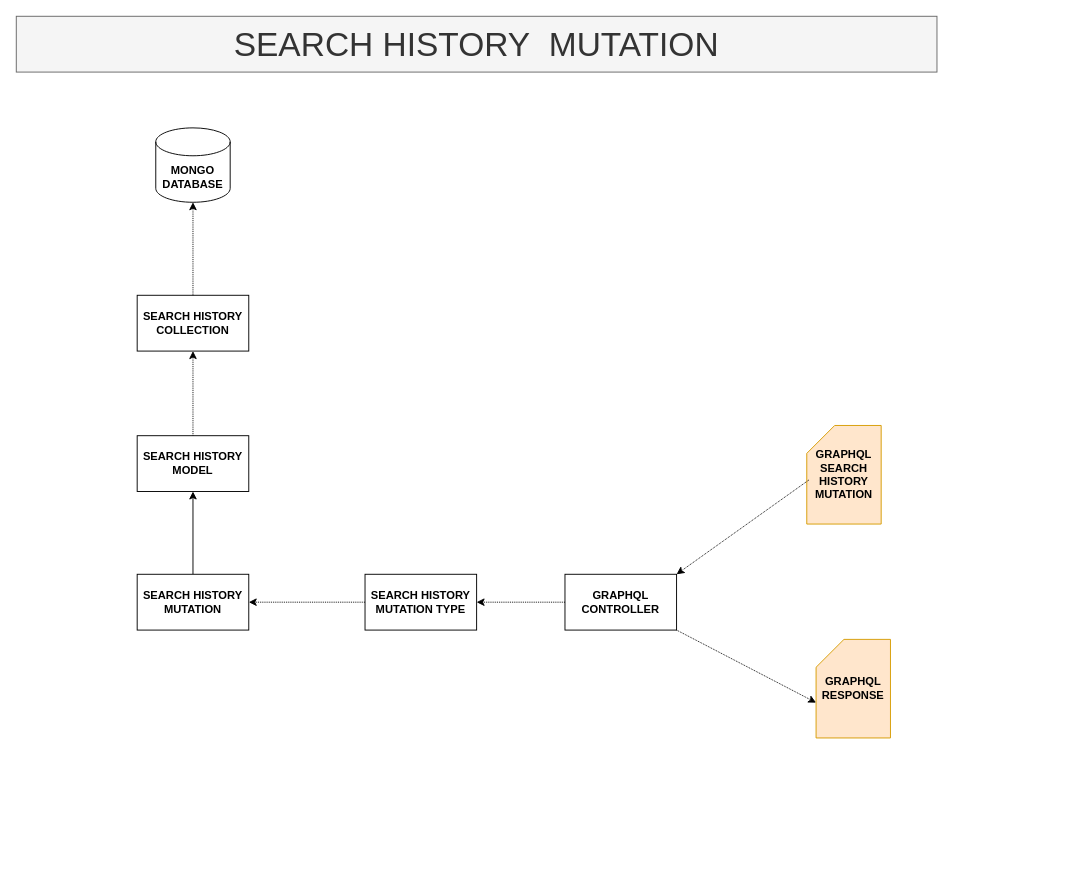
Earlier version of the draw.io diagram page "Create Search History" (1 of 3) of devops/property-dealer.drawio (kingsley-ijomah/draw.io). Source tidied: cells renumbered, new cells numbered last; positions are measured from the earlier drawing's top-left corner, leaving out a move shared by most shapes. Both pictures are drawn from the tidied source at 93%, with x=0, y=0 at pixel (16, 16).
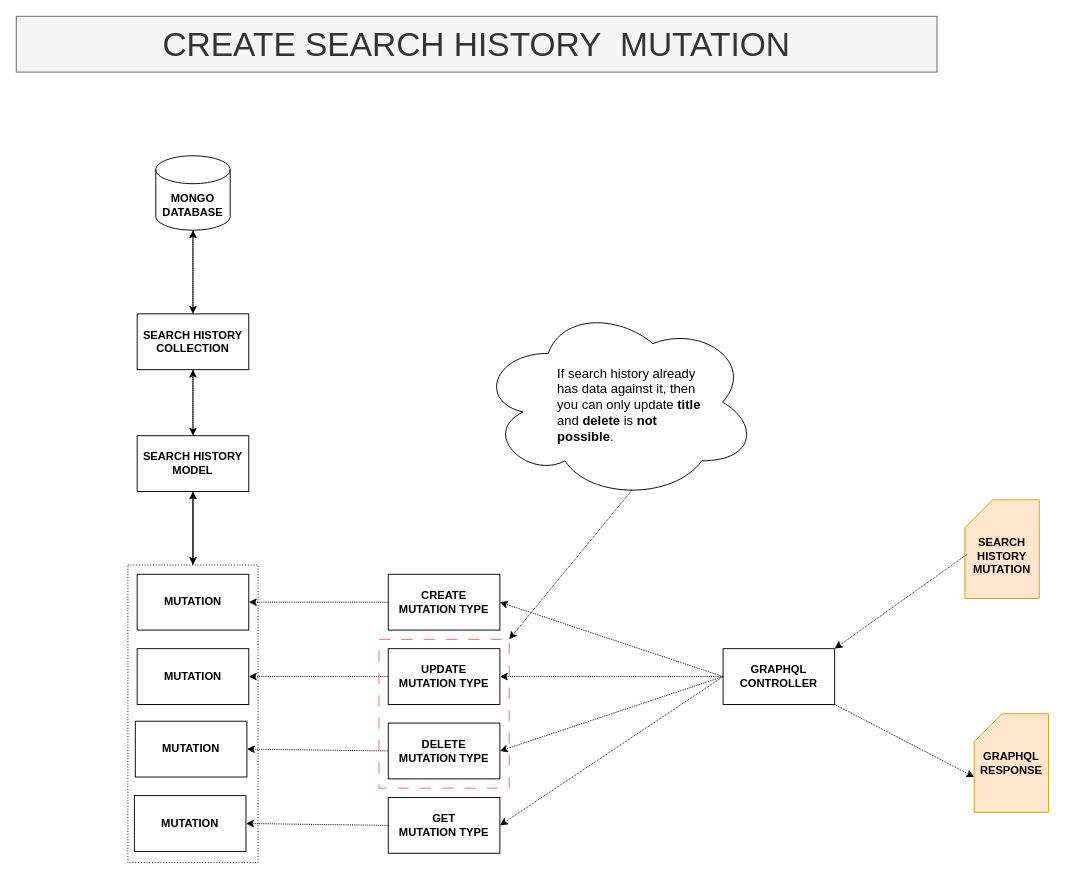
The same diagram, later.

The change refers to these unchanged cells:
```xml
<mxCell id="16" value="&lt;div&gt;&lt;b&gt;SEARCH HISTORY&lt;/b&gt;&lt;/div&gt;&lt;div&gt;&lt;b&gt;MODEL&lt;/b&gt;&lt;/div&gt;" style="rounded=0;whiteSpace=wrap;html=1;" parent="1" vertex="1">
  <mxGeometry x="130" y="451" width="120" height="60" as="geometry" />
</mxCell>
```

What changed in the source:
```diff
@@
-    <mxCell id="2" value="&lt;b&gt;GRAPHQL&lt;/b&gt;&lt;div&gt;&lt;b&gt;SEARCH HISTORY&lt;/b&gt;&lt;/div&gt;&lt;div&gt;&lt;b&gt;MUTATION&lt;/b&gt;&lt;/div&gt;" style="shape=card;whiteSpace=wrap;html=1;fillColor=#ffe6cc;strokeColor=#d79b00;" parent="1" vertex="1">
-      <mxGeometry x="850" y="440" width="80" height="106" as="geometry" />
+    <mxCell id="2" value="&lt;div&gt;&lt;br&gt;&lt;/div&gt;&lt;div&gt;&lt;b&gt;SEARCH HISTORY&lt;/b&gt;&lt;/div&gt;&lt;div&gt;&lt;b&gt;MUTATION&lt;/b&gt;&lt;/div&gt;" style="shape=card;whiteSpace=wrap;html=1;fillColor=#ffe6cc;strokeColor=#d79b00;" parent="1" vertex="1">
+      <mxGeometry x="1020" y="520" width="80" height="106" as="geometry" />
     </mxCell>
+    <mxCell id="19" style="edgeStyle=orthogonalEdgeStyle;rounded=0;jettySize=auto;html=1;" parent="1" edge="1" source="3" target="17">
+      <mxGeometry relative="1" as="geometry" />
+    </mxCell>
     <mxCell id="3" value="&lt;b&gt;MONGO&lt;/b&gt;&lt;div&gt;&lt;b&gt;DATABASE&lt;/b&gt;&lt;/div&gt;" style="shape=cylinder3;whiteSpace=wrap;html=1;boundedLbl=1;backgroundOutline=1;size=15;" parent="1" vertex="1">
-      <mxGeometry x="150" y="120" width="80" height="80" as="geometry" />
+      <mxGeometry x="150" y="150" width="80" height="80" as="geometry" />
     </mxCell>
-    <mxCell id="4" value="&lt;div&gt;&lt;b&gt;SEARCH HISTORY&lt;/b&gt;&lt;/div&gt;&lt;b&gt;MUTATION TYPE&lt;/b&gt;" style="rounded=0;whiteSpace=wrap;html=1;" parent="1" vertex="1">
-      <mxGeometry x="375" y="600" width="120" height="60" as="geometry" />
+    <mxCell id="4" value="&lt;div&gt;&lt;b style=&quot;background-color: initial;&quot;&gt;UPDATE&lt;/b&gt;&lt;/div&gt;&lt;div&gt;&lt;b style=&quot;background-color: initial;&quot;&gt;MUTATION TYPE&lt;/b&gt;&lt;br&gt;&lt;/div&gt;" style="rounded=0;whiteSpace=wrap;html=1;" parent="1" vertex="1">
+      <mxGeometry x="400" y="680" width="120" height="60" as="geometry" />
     </mxCell>
-    <mxCell id="5" style="edgeStyle=orthogonalEdgeStyle;rounded=0;jettySize=auto;html=1;entryX=0.5;entryY=1;entryDx=0;entryDy=0;" parent="1" edge="1" source="6" target="16">
-      <mxGeometry relative="1" as="geometry" />
-    </mxCell>
-    <mxCell id="6" value="&lt;div&gt;&lt;b style=&quot;background-color: initial;&quot;&gt;SEARCH HISTORY&lt;/b&gt;&lt;br&gt;&lt;/div&gt;&lt;b&gt;MUTATION&lt;/b&gt;" style="rounded=0;whiteSpace=wrap;html=1;" parent="1" vertex="1">
+    <mxCell id="6" value="&lt;div&gt;&lt;b style=&quot;background-color: initial;&quot;&gt;MUTATION&lt;/b&gt;&lt;br&gt;&lt;/div&gt;" style="rounded=0;whiteSpace=wrap;html=1;" parent="1" vertex="1">
       <mxGeometry x="130" y="600" width="120" height="60" as="geometry" />
     </mxCell>
     <mxCell id="7" style="endArrow=classic;html=1;rounded=0;exitX=0;exitY=0;exitDx=0;exitDy=55;exitPerimeter=0;dashed=1;dashPattern=1 1;" parent="1" edge="1" source="9">
       <mxGeometry relative="1" as="geometry">
-        <mxPoint x="650" y="630" as="targetPoint" />
+        <mxPoint x="820" y="710" as="targetPoint" />
       </mxGeometry>
     </mxCell>
@@
     <mxCell id="9" value="&lt;div&gt;&lt;b&gt;GRAPHQL&lt;/b&gt;&lt;/div&gt;&lt;b&gt;CONTROLLER&lt;/b&gt;" style="rounded=0;whiteSpace=wrap;html=1;" parent="1" vertex="1">
-      <mxGeometry x="590" y="600" width="120" height="60" as="geometry" />
+      <mxGeometry x="760" y="680" width="120" height="60" as="geometry" />
     </mxCell>
-    <mxCell id="10" style="endArrow=classic;html=1;rounded=0;exitX=0;exitY=0.5;exitDx=0;exitDy=0;dashed=1;dashPattern=1 1;entryX=1;entryY=0.5;entryDx=0;entryDy=0;" parent="1" edge="1" source="9" target="4">
-      <mxGeometry relative="1" as="geometry" />
-    </mxCell>
-    <mxCell id="11" style="endArrow=classic;html=1;rounded=0;exitX=0;exitY=0.5;exitDx=0;exitDy=0;dashed=1;dashPattern=1 1;entryX=1;entryY=0.5;entryDx=0;entryDy=0;" parent="1" edge="1" source="4" target="6">
-      <mxGeometry relative="1" as="geometry" />
-    </mxCell>
-    <mxCell id="12" value="&lt;font style=&quot;font-size: 36px;&quot;&gt;SEARCH HISTORY&amp;nbsp; MUTATION&lt;/font&gt;" style="rounded=0;whiteSpace=wrap;html=1;fillColor=#f5f5f5;fontColor=#333333;strokeColor=#666666;" parent="1" vertex="1">
+    <mxCell id="12" value="&lt;font style=&quot;font-size: 36px;&quot;&gt;CREATE SEARCH HISTORY&amp;nbsp; MUTATION&lt;/font&gt;" style="rounded=0;whiteSpace=wrap;html=1;fillColor=#f5f5f5;fontColor=#333333;strokeColor=#666666;" parent="1" vertex="1">
       <mxGeometry width="990" height="60" as="geometry" />
     </mxCell>
@@
     <mxCell id="14" value="&lt;b&gt;GRAPHQL&lt;/b&gt;&lt;div&gt;&lt;b&gt;RESPONSE&lt;/b&gt;&lt;/div&gt;" style="shape=card;whiteSpace=wrap;html=1;fillColor=#ffe6cc;strokeColor=#d79b00;" parent="1" vertex="1">
-      <mxGeometry x="860" y="670" width="80" height="106" as="geometry" />
+      <mxGeometry x="1030" y="750" width="80" height="106" as="geometry" />
     </mxCell>
@@
+    <mxCell id="20" style="edgeStyle=orthogonalEdgeStyle;rounded=0;jettySize=auto;html=1;entryX=0.5;entryY=0;entryDx=0;entryDy=0;" parent="1" edge="1" source="16" target="37">
+      <mxGeometry relative="1" as="geometry" />
+    </mxCell>
@@
+    <mxCell id="21" style="edgeStyle=orthogonalEdgeStyle;rounded=0;jettySize=auto;html=1;entryX=0.5;entryY=0;entryDx=0;entryDy=0;" parent="1" edge="1" source="17" target="16">
+      <mxGeometry relative="1" as="geometry" />
+    </mxCell>
     <mxCell id="17" value="&lt;div&gt;&lt;b&gt;SEARCH HISTORY&lt;/b&gt;&lt;/div&gt;&lt;div&gt;&lt;b&gt;COLLECTION&lt;/b&gt;&lt;/div&gt;" style="rounded=0;whiteSpace=wrap;html=1;" parent="1" vertex="1">
-      <mxGeometry x="130" y="300" width="120" height="60" as="geometry" />
+      <mxGeometry x="130" y="320" width="120" height="60" as="geometry" />
     </mxCell>
@@
+    <mxCell id="22" value="&lt;div&gt;&lt;b style=&quot;background-color: initial;&quot;&gt;CREATE&lt;/b&gt;&lt;/div&gt;&lt;div&gt;&lt;b style=&quot;background-color: initial;&quot;&gt;MUTATION TYPE&lt;/b&gt;&lt;br&gt;&lt;/div&gt;" style="rounded=0;whiteSpace=wrap;html=1;" parent="1" vertex="1">
+      <mxGeometry x="400" y="600" width="120" height="60" as="geometry" />
+    </mxCell>
+    <mxCell id="23" value="&lt;div&gt;&lt;b style=&quot;background-color: initial;&quot;&gt;DELETE&lt;/b&gt;&lt;/div&gt;&lt;div&gt;&lt;b style=&quot;background-color: initial;&quot;&gt;MUTATION TYPE&lt;/b&gt;&lt;br&gt;&lt;/div&gt;" style="rounded=0;whiteSpace=wrap;html=1;" parent="1" vertex="1">
+      <mxGeometry x="400" y="760" width="120" height="60" as="geometry" />
+    </mxCell>
+    <mxCell id="24" value="&lt;div&gt;&lt;b style=&quot;background-color: initial;&quot;&gt;GET&lt;/b&gt;&lt;/div&gt;&lt;div&gt;&lt;b style=&quot;background-color: initial;&quot;&gt;MUTATION TYPE&lt;/b&gt;&lt;br&gt;&lt;/div&gt;" style="rounded=0;whiteSpace=wrap;html=1;" parent="1" vertex="1">
+      <mxGeometry x="400" y="840" width="120" height="60" as="geometry" />
+    </mxCell>
+    <mxCell id="25" style="endArrow=classic;html=1;rounded=0;dashed=1;dashPattern=1 1;exitX=0;exitY=0.5;exitDx=0;exitDy=0;entryX=1;entryY=0.5;entryDx=0;entryDy=0;" parent="1" edge="1" source="9" target="22">
+      <mxGeometry relative="1" as="geometry" />
+    </mxCell>
+    <mxCell id="26" style="endArrow=classic;html=1;rounded=0;dashed=1;dashPattern=1 1;entryX=1;entryY=0.5;entryDx=0;entryDy=0;" parent="1" edge="1" target="4">
+      <mxGeometry relative="1" as="geometry">
+        <mxPoint x="760" y="710" as="sourcePoint" />
+      </mxGeometry>
+    </mxCell>
+    <mxCell id="27" style="endArrow=classic;html=1;rounded=0;dashed=1;dashPattern=1 1;entryX=1;entryY=0.5;entryDx=0;entryDy=0;" parent="1" edge="1" target="23">
+      <mxGeometry relative="1" as="geometry">
+        <mxPoint x="760" y="710" as="sourcePoint" />
+      </mxGeometry>
+    </mxCell>
+    <mxCell id="28" style="endArrow=classic;html=1;rounded=0;dashed=1;dashPattern=1 1;entryX=1;entryY=0.5;entryDx=0;entryDy=0;" parent="1" edge="1" target="24">
+      <mxGeometry relative="1" as="geometry">
+        <mxPoint x="760" y="710" as="sourcePoint" />
+      </mxGeometry>
+    </mxCell>
+    <mxCell id="29" style="endArrow=classic;html=1;rounded=0;dashed=1;dashPattern=1 1;exitX=0;exitY=0.5;exitDx=0;exitDy=0;entryX=1;entryY=0.5;entryDx=0;entryDy=0;" parent="1" edge="1" source="22" target="6">
+      <mxGeometry relative="1" as="geometry" />
+    </mxCell>
+    <mxCell id="30" value="&lt;div&gt;&lt;b style=&quot;background-color: initial;&quot;&gt;MUTATION&lt;/b&gt;&lt;br&gt;&lt;/div&gt;" style="rounded=0;whiteSpace=wrap;html=1;" parent="1" vertex="1">
+      <mxGeometry x="130" y="680" width="120" height="60" as="geometry" />
+    </mxCell>
+    <mxCell id="31" value="&lt;div&gt;&lt;b style=&quot;background-color: initial;&quot;&gt;MUTATION&lt;/b&gt;&lt;br&gt;&lt;/div&gt;" style="rounded=0;whiteSpace=wrap;html=1;" parent="1" vertex="1">
+      <mxGeometry x="128" y="758" width="120" height="60" as="geometry" />
+    </mxCell>
+    <mxCell id="32" value="&lt;div&gt;&lt;b style=&quot;background-color: initial;&quot;&gt;MUTATION&lt;/b&gt;&lt;br&gt;&lt;/div&gt;" style="rounded=0;whiteSpace=wrap;html=1;" parent="1" vertex="1">
+      <mxGeometry x="127" y="838" width="120" height="60" as="geometry" />
+    </mxCell>
+    <mxCell id="33" style="endArrow=classic;html=1;rounded=0;dashed=1;dashPattern=1 1;exitX=0;exitY=0.5;exitDx=0;exitDy=0;entryX=1;entryY=0.5;entryDx=0;entryDy=0;" parent="1" edge="1" source="4" target="30">
+      <mxGeometry relative="1" as="geometry" />
+    </mxCell>
+    <mxCell id="34" style="endArrow=classic;html=1;rounded=0;dashed=1;dashPattern=1 1;exitX=0;exitY=0.5;exitDx=0;exitDy=0;entryX=1;entryY=0.5;entryDx=0;entryDy=0;" parent="1" edge="1" source="23" target="31">
+      <mxGeometry relative="1" as="geometry" />
+    </mxCell>
+    <mxCell id="35" style="endArrow=classic;html=1;rounded=0;dashed=1;dashPattern=1 1;exitX=0;exitY=0.5;exitDx=0;exitDy=0;entryX=1;entryY=0.5;entryDx=0;entryDy=0;" parent="1" edge="1" source="24" target="32">
+      <mxGeometry relative="1" as="geometry" />
+    </mxCell>
+    <mxCell id="36" style="edgeStyle=orthogonalEdgeStyle;rounded=0;jettySize=auto;html=1;entryX=0.5;entryY=1;entryDx=0;entryDy=0;" parent="1" edge="1" source="37" target="16">
+      <mxGeometry relative="1" as="geometry" />
+    </mxCell>
+    <mxCell id="37" value="&lt;div&gt;&lt;br&gt;&lt;/div&gt;" style="rounded=0;whiteSpace=wrap;html=1;fillColor=none;dashed=1;dashPattern=1 2;" parent="1" vertex="1">
+      <mxGeometry x="120" y="590" width="140" height="320" as="geometry" />
+    </mxCell>
+    <mxCell id="38" value="&lt;div&gt;&lt;br&gt;&lt;/div&gt;" style="rounded=0;whiteSpace=wrap;html=1;fillColor=none;strokeColor=#FF6666;dashed=1;dashPattern=12 12;" parent="1" vertex="1">
+      <mxGeometry x="390" y="670" width="140" height="160" as="geometry" />
+    </mxCell>
+    <mxCell id="39" style="endArrow=classic;html=1;rounded=0;dashed=1;dashPattern=1 1;exitX=0.55;exitY=0.95;exitDx=0;exitDy=0;entryX=1;entryY=0;entryDx=0;entryDy=0;exitPerimeter=0;fontColor=#FF3333;" parent="1" edge="1" source="41" target="38">
+      <mxGeometry relative="1" as="geometry" />
+    </mxCell>
+    <mxCell id="40" style="group;" parent="1" vertex="1">
+      <mxGeometry x="497" y="310" width="300" height="210" as="geometry" />
+    </mxCell>
+    <mxCell id="41" style="ellipse;shape=cloud;whiteSpace=wrap;html=1;labelBorderColor=#FF3333;" parent="40" vertex="1">
+      <mxGeometry width="300" height="210" as="geometry" />
+    </mxCell>
+    <mxCell id="42" value="&lt;font style=&quot;font-size: 14px;&quot;&gt;If search history already has data against it, then you can only update &lt;b&gt;title&lt;/b&gt; and &lt;b&gt;delete&lt;/b&gt; is &lt;b&gt;not&lt;/b&gt; &lt;b&gt;possible&lt;/b&gt;.&lt;/font&gt;&lt;div&gt;&lt;br&gt;&lt;/div&gt;" style="text;html=1;align=left;verticalAlign=middle;whiteSpace=wrap;rounded=0;" parent="40" vertex="1">
+      <mxGeometry x="83" y="80" width="160" height="70" as="geometry" />
+    </mxCell>
```
